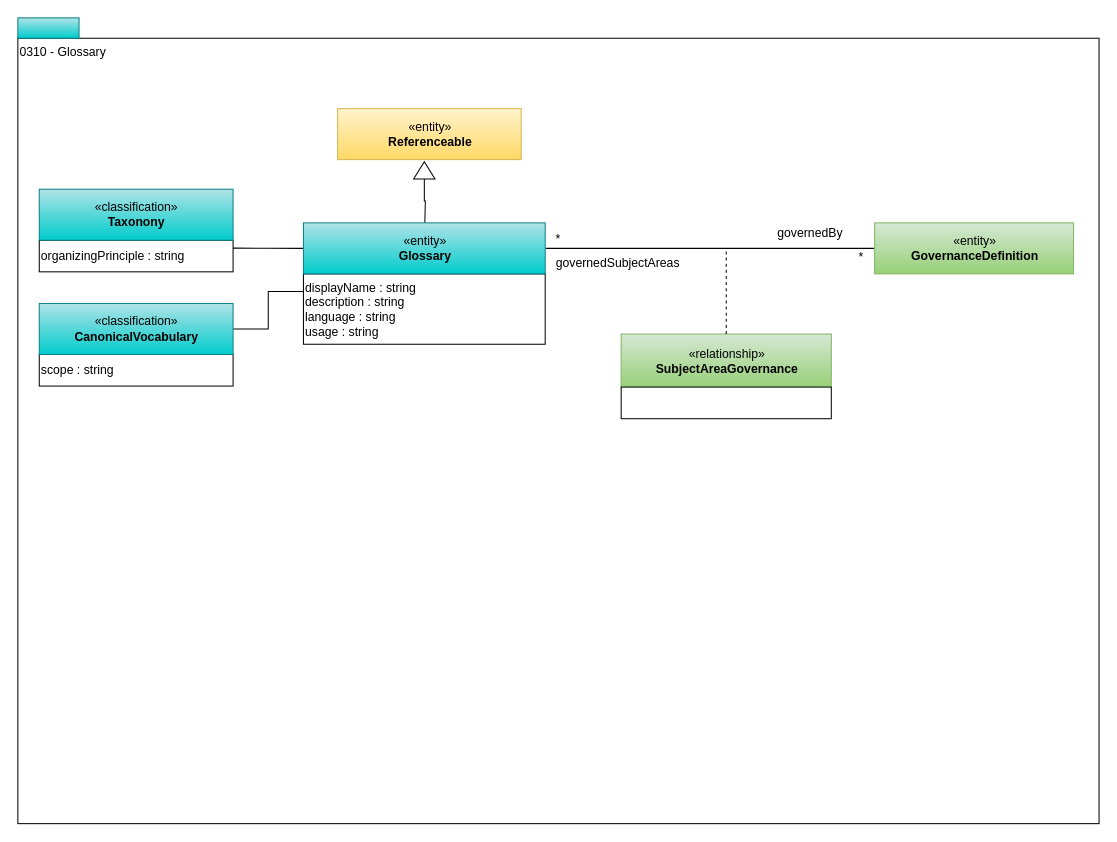
Above: page "0310-Glossary" (2 of 11) of open-metadata-publication/website/open-metadata-types/area-3-glossary.drawio in odpi/egeria (draw.io), before the change. Source tidied: cells renumbered, new cells numbered last; positions are measured from the earlier drawing's top-left corner, leaving out a move shared by most shapes. Both pictures are drawn from the tidied source at 102%, with x=0, y=0 at pixel (17, 17).
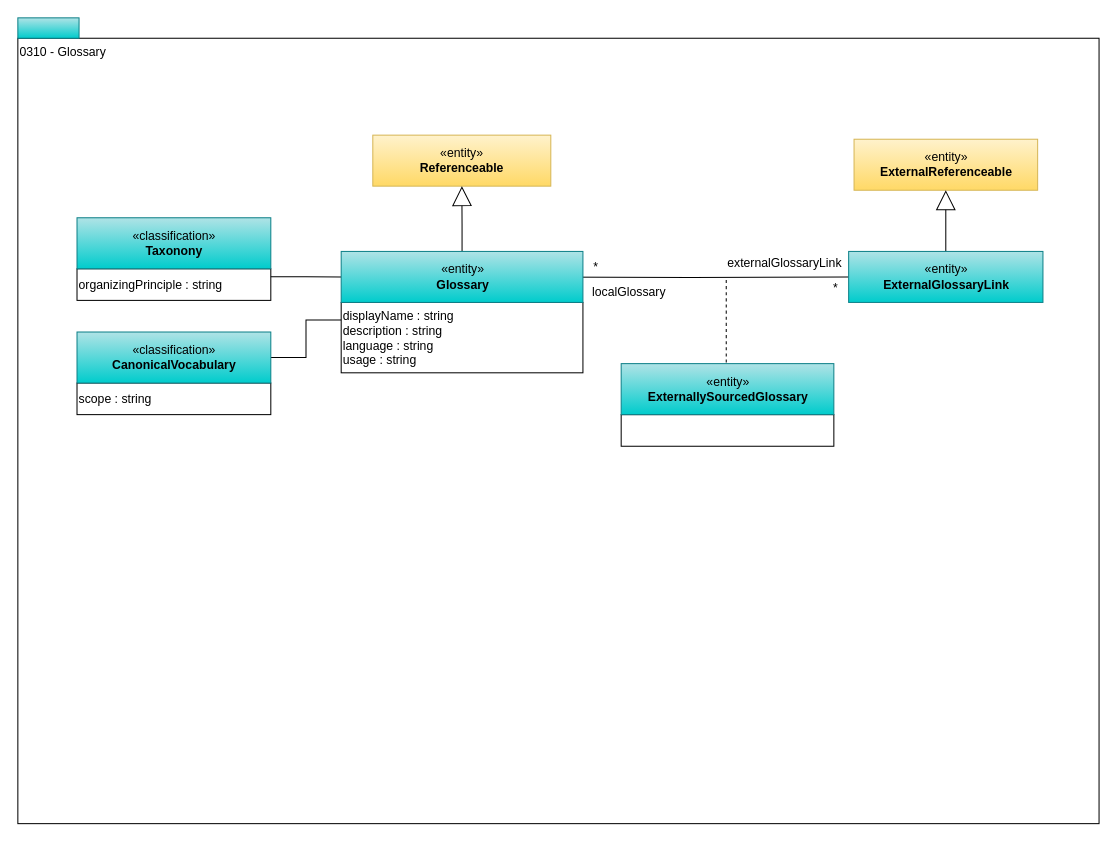
The same diagram, later.

What changed in the source:
```diff
@@
     <mxCell id="3" value="organizingPrinciple : string&lt;br&gt;&lt;div style=&quot;text-align: left&quot;&gt;&lt;/div&gt;" style="rounded=0;whiteSpace=wrap;html=1;strokeColor=#000000;gradientColor=#ffffff;align=left;" parent="1" vertex="1">
-      <mxGeometry x="21" y="218" width="190" height="31" as="geometry" />
+      <mxGeometry x="58" y="246" width="190" height="31" as="geometry" />
     </mxCell>
@@
     <mxCell id="5" value="«classification»&lt;br&gt;&lt;b&gt;Taxonony&lt;/b&gt;" style="html=1;strokeColor=#0e8088;align=center;fillColor=#b0e3e6;gradientColor=#00CCCC;" parent="1" vertex="1">
-      <mxGeometry x="21" y="168" width="190" height="50" as="geometry" />
+      <mxGeometry x="58" y="196" width="190" height="50" as="geometry" />
     </mxCell>
     <mxCell id="6" value="«entity»&lt;br&gt;&lt;b&gt;Referenceable&lt;/b&gt;" style="html=1;strokeColor=#d6b656;align=center;fillColor=#fff2cc;gradientColor=#ffd966;" parent="1" vertex="1">
-      <mxGeometry x="313.5" y="89" width="180" height="50" as="geometry" />
+      <mxGeometry x="348" y="115" width="174.5" height="50" as="geometry" />
     </mxCell>
-    <mxCell id="7" style="edgeStyle=orthogonalEdgeStyle;rounded=0;html=1;exitX=0;exitY=0.5;entryX=0.5;entryY=0;jettySize=auto;endArrow=none;endFill=0;" parent="1" edge="1" source="8">
-      <mxGeometry relative="1" as="geometry">
-        <mxPoint x="399" y="201" as="targetPoint" />
-      </mxGeometry>
-    </mxCell>
-    <mxCell id="8" style="triangle;whiteSpace=wrap;html=1;strokeColor=#000000;gradientColor=#ffffff;align=center;rotation=-90;" parent="1" vertex="1">
-      <mxGeometry x="390" y="139" width="17" height="21" as="geometry" />
-    </mxCell>
     <mxCell id="9" value="displayName : string&lt;br&gt;description : string&lt;br&gt;language : string&lt;br&gt;usage : string" style="rounded=0;whiteSpace=wrap;html=1;strokeColor=#000000;gradientColor=#ffffff;align=left;" parent="1" vertex="1">
-      <mxGeometry x="280" y="251" width="237" height="69" as="geometry" />
+      <mxGeometry x="317" y="279" width="237" height="69" as="geometry" />
     </mxCell>
-    <mxCell id="10" style="edgeStyle=orthogonalEdgeStyle;rounded=0;html=1;exitX=1;exitY=0.5;entryX=0;entryY=0.5;jettySize=auto;orthogonalLoop=1;endArrow=none;endFill=0;" parent="1" edge="1">
+    <mxCell id="10" style="edgeStyle=orthogonalEdgeStyle;rounded=0;html=1;exitX=1;exitY=0.5;entryX=0;entryY=0.5;jettySize=auto;endArrow=none;endFill=0;entryDx=0;entryDy=0;" parent="1" edge="1" target="27">
       <mxGeometry relative="1" as="geometry">
-        <mxPoint x="517.5" y="226" as="sourcePoint" />
-        <mxPoint x="839.5" y="226" as="targetPoint" />
+        <mxPoint x="503.5" y="254" as="sourcePoint" />
       </mxGeometry>
     </mxCell>
     <mxCell id="11" value="*" style="text;html=1;strokeColor=none;fillColor=none;align=center;verticalAlign=middle;whiteSpace=wrap;rounded=0;" parent="1" vertex="1">
-      <mxGeometry x="813.5" y="226" width="26" height="18" as="geometry" />
+      <mxGeometry x="788.5" y="256" width="26" height="18" as="geometry" />
     </mxCell>
-    <mxCell id="12" value="«relationship»&lt;br&gt;&lt;b&gt;SubjectAreaGovernance&lt;/b&gt;" style="html=1;strokeColor=#82b366;align=center;fillColor=#d5e8d4;gradientColor=#97d077;" parent="1" vertex="1">
-      <mxGeometry x="591.5" y="310" width="206" height="53" as="geometry" />
-    </mxCell>
-    <mxCell id="13" style="endArrow=none;dashed=1;html=1;" parent="1" edge="1" target="12">
+    <mxCell id="13" style="endArrow=none;dashed=1;html=1;" parent="1" edge="1">
       <mxGeometry relative="1" as="geometry">
-        <mxPoint x="694.5" y="229" as="sourcePoint" />
+        <mxPoint x="694.5" y="257" as="sourcePoint" />
+        <mxPoint x="694.5" y="338" as="targetPoint" />
       </mxGeometry>
     </mxCell>
     <mxCell id="14" style="rounded=0;whiteSpace=wrap;html=1;strokeColor=#000000;gradientColor=#ffffff;align=left;" parent="1" vertex="1">
-      <mxGeometry x="591.5" y="362" width="206" height="31" as="geometry" />
+      <mxGeometry x="591.5" y="389" width="208.5" height="31" as="geometry" />
     </mxCell>
-    <mxCell id="15" value="governedBy" style="text;html=1;strokeColor=none;fillColor=none;align=center;verticalAlign=middle;whiteSpace=wrap;rounded=0;" parent="1" vertex="1">
-      <mxGeometry x="713.5" y="201" width="126" height="20" as="geometry" />
+    <mxCell id="15" value="externalGlossaryLink" style="text;html=1;strokeColor=none;fillColor=none;align=center;verticalAlign=middle;whiteSpace=wrap;rounded=0;" parent="1" vertex="1">
+      <mxGeometry x="688.5" y="231" width="126" height="20" as="geometry" />
     </mxCell>
-    <mxCell id="16" value="governedSubjectAreas" style="text;html=1;strokeColor=none;fillColor=none;align=center;verticalAlign=middle;whiteSpace=wrap;rounded=0;" parent="1" vertex="1">
-      <mxGeometry x="521" y="231" width="135" height="20" as="geometry" />
+    <mxCell id="16" value="localGlossary" style="text;html=1;strokeColor=none;fillColor=none;align=center;verticalAlign=middle;whiteSpace=wrap;rounded=0;" parent="1" vertex="1">
+      <mxGeometry x="532" y="259" width="135" height="20" as="geometry" />
     </mxCell>
     <mxCell id="17" value="*" style="text;html=1;strokeColor=none;fillColor=none;align=center;verticalAlign=middle;whiteSpace=wrap;rounded=0;" parent="1" vertex="1">
-      <mxGeometry x="517" y="208" width="26" height="18" as="geometry" />
+      <mxGeometry x="554" y="236" width="26" height="18" as="geometry" />
     </mxCell>
-    <mxCell id="18" value="«entity»&lt;br&gt;&lt;b&gt;GovernanceDefinition&lt;/b&gt;" style="html=1;strokeColor=#82b366;align=center;fillColor=#d5e8d4;gradientColor=#97d077;" parent="1" vertex="1">
-      <mxGeometry x="840" y="201" width="195" height="50" as="geometry" />
-    </mxCell>
@@
+    <mxCell id="24" style="edgeStyle=orthogonalEdgeStyle;rounded=0;jettySize=auto;html=1;exitX=0.5;exitY=0;exitDx=0;exitDy=0;endArrow=block;endFill=0;endSize=17;" parent="1" edge="1" source="20" target="6">
+      <mxGeometry relative="1" as="geometry" />
+    </mxCell>
     <mxCell id="20" value="«entity»&lt;br&gt;&lt;b&gt;Glossary&lt;/b&gt;" style="html=1;strokeColor=#0e8088;align=center;fillColor=#b0e3e6;gradientColor=#00CCCC;" parent="1" vertex="1">
-      <mxGeometry x="280" y="201" width="237" height="50" as="geometry" />
+      <mxGeometry x="317" y="229" width="237" height="50" as="geometry" />
     </mxCell>
     <mxCell id="21" value="scope : string&lt;br&gt;&lt;div style=&quot;text-align: left&quot;&gt;&lt;/div&gt;" style="rounded=0;whiteSpace=wrap;html=1;strokeColor=#000000;gradientColor=#ffffff;align=left;" parent="1" vertex="1">
-      <mxGeometry x="21" y="330" width="190" height="31" as="geometry" />
+      <mxGeometry x="58" y="358" width="190" height="31" as="geometry" />
     </mxCell>
@@
     <mxCell id="23" value="«classification»&lt;br&gt;&lt;b&gt;CanonicalVocabulary&lt;/b&gt;" style="html=1;strokeColor=#0e8088;align=center;fillColor=#b0e3e6;gradientColor=#00CCCC;" parent="1" vertex="1">
-      <mxGeometry x="21" y="280" width="190" height="50" as="geometry" />
+      <mxGeometry x="58" y="308" width="190" height="50" as="geometry" />
     </mxCell>
+    <mxCell id="25" value="«entity»&lt;br&gt;&lt;b&gt;ExternalReferenceable&lt;/b&gt;" style="html=1;strokeColor=#d6b656;align=center;fillColor=#fff2cc;gradientColor=#ffd966;" parent="1" vertex="1">
+      <mxGeometry x="819.8" y="119" width="180" height="50" as="geometry" />
+    </mxCell>
+    <mxCell id="26" style="edgeStyle=orthogonalEdgeStyle;rounded=0;jettySize=auto;html=1;exitX=0.5;exitY=0;exitDx=0;exitDy=0;endArrow=block;endFill=0;endSize=17;" parent="1" edge="1" source="27" target="25">
+      <mxGeometry relative="1" as="geometry" />
+    </mxCell>
+    <mxCell id="27" value="«entity»&lt;br&gt;&lt;b&gt;ExternalGlossaryLink&lt;/b&gt;" style="html=1;strokeColor=#0e8088;align=center;fillColor=#b0e3e6;gradientColor=#00CCCC;" parent="1" vertex="1">
+      <mxGeometry x="814.5" y="229" width="190.5" height="50" as="geometry" />
+    </mxCell>
+    <mxCell id="28" value="«entity»&lt;br&gt;&lt;b&gt;ExternallySourcedGlossary&lt;/b&gt;" style="html=1;strokeColor=#0e8088;align=center;fillColor=#b0e3e6;gradientColor=#00CCCC;" parent="1" vertex="1">
+      <mxGeometry x="591.5" y="339" width="208.5" height="50" as="geometry" />
+    </mxCell>
```
